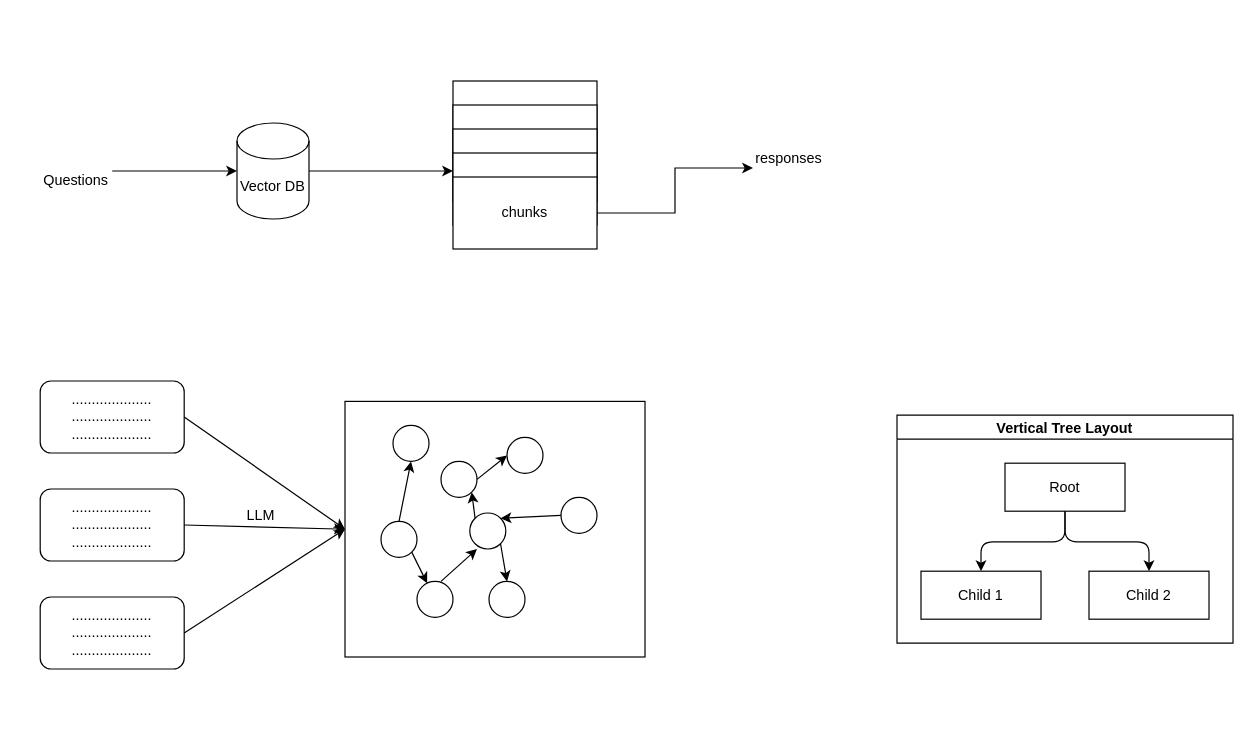
Above: drawio/rag.drawio in GuilinDev/Notes (draw.io), before the change. Source tidied: cells renumbered, new cells numbered last; positions are measured from the earlier drawing's top-left corner, leaving out a move shared by most shapes. Both pictures are drawn from the tidied source at 120%, with x=0, y=0 at pixel (40, 80).
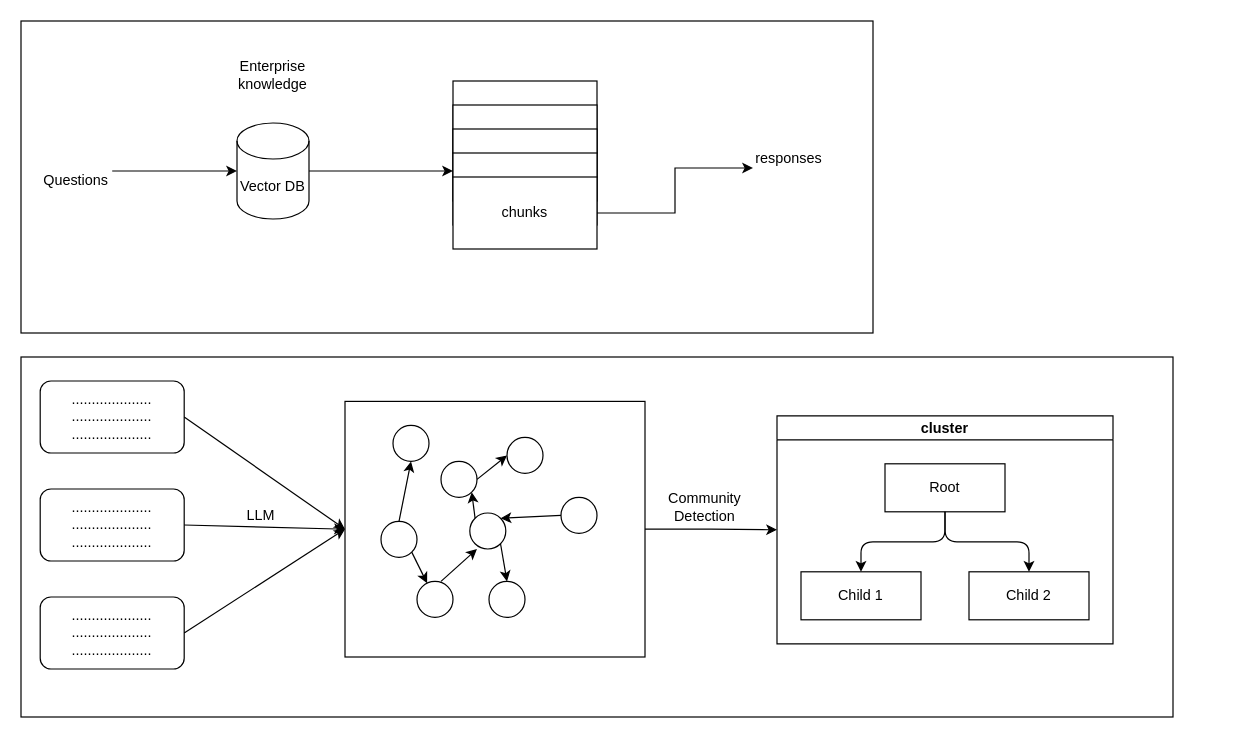
The same diagram, later.

Unchanged cells that the change refers to:
```xml
<mxCell id="2" style="rounded=0;whiteSpace=wrap;html=1;" parent="1" vertex="1">
  <mxGeometry x="254" y="267" width="250" height="213" as="geometry" />
</mxCell>
```

What changed in the source:
```diff
@@
+    <mxCell id="42" style="rounded=0;whiteSpace=wrap;html=1;" parent="1" vertex="1">
+      <mxGeometry x="-16" y="230" width="960" height="300" as="geometry" />
+    </mxCell>
+    <mxCell id="43" style="rounded=0;whiteSpace=wrap;html=1;" parent="1" vertex="1">
+      <mxGeometry x="-16" y="-50" width="710" height="260" as="geometry" />
+    </mxCell>
+    <mxCell id="44" style="edgeStyle=orthogonalEdgeStyle;rounded=0;jettySize=auto;html=1;entryX=0;entryY=0.5;entryDx=0;entryDy=0;" parent="1" edge="1" source="2" target="35">
+      <mxGeometry relative="1" as="geometry" />
+    </mxCell>
@@
-    <mxCell id="35" value="Vertical Tree Layout" style="swimlane;startSize=20;horizontal=1;horizontalTree=0;sortEdges=1;containerType=tree;fontSize=12;" parent="1" vertex="1">
-      <mxGeometry x="714" y="278.5" width="280" height="190" as="geometry" />
+    <mxCell id="35" value="cluster" style="swimlane;startSize=20;horizontal=1;horizontalTree=0;sortEdges=1;containerType=tree;fontSize=12;" parent="1" vertex="1">
+      <mxGeometry x="614" y="279" width="280" height="190" as="geometry" />
     </mxCell>
@@
+    <mxCell id="45" value="Enterprise knowledge" style="text;html=1;align=center;verticalAlign=middle;whiteSpace=wrap;rounded=0;" parent="1" vertex="1">
+      <mxGeometry x="164" y="-20" width="60" height="30" as="geometry" />
+    </mxCell>
+    <mxCell id="46" value="Community Detection" style="text;html=1;align=center;verticalAlign=middle;whiteSpace=wrap;rounded=0;" parent="1" vertex="1">
+      <mxGeometry x="524" y="340" width="60" height="30" as="geometry" />
+    </mxCell>
```
